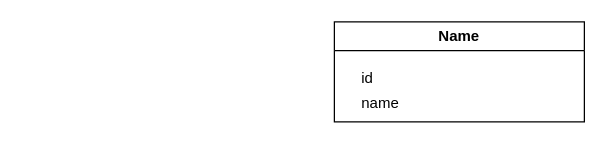
Before: test.drawio in Aloeverras/mcd_destock, a draw.io diagram. Source tidied: cells renumbered, new cells numbered last; positions are measured from the earlier drawing's top-left corner, leaving out a move shared by most shapes. Both pictures are drawn from the tidied source at 125%, with x=0, y=0 at pixel (334, 21).
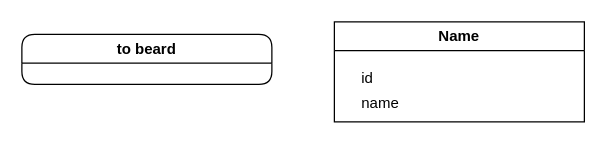
The same page after the edit.

Commit message (it also covers changes not shown here):
Mettre à jour test.drawio

What changed in the source:
```diff
@@
 <mxGraphModel>
   <root>
     <mxCell id="0" />
     <mxCell id="1" parent="0" />
     <mxCell id="2" value="Name" style="swimlane;whiteSpace=wrap;html=1;" parent="1" vertex="1">
       <mxGeometry width="200" height="80" as="geometry" />
     </mxCell>
     <mxCell id="3" value="id" style="text;html=1;align=left;verticalAlign=middle;strokeColor=none;fillColor=none;" parent="2" vertex="1">
       <mxGeometry x="20" y="30" width="30" height="30" as="geometry" />
     </mxCell>
     <mxCell id="4" value="name" style="text;html=1;align=left;verticalAlign=middle;strokeColor=none;fillColor=none;" parent="2" vertex="1">
       <mxGeometry x="20" y="50" width="50" height="30" as="geometry" />
     </mxCell>
+    <mxCell id="5" value="to beard" style="swimlane;whiteSpace=wrap;html=1;rounded=1;" parent="1" vertex="1">
+      <mxGeometry x="-250" y="10" width="200" height="40" as="geometry" />
+    </mxCell>
   </root>
 </mxGraphModel>
```
